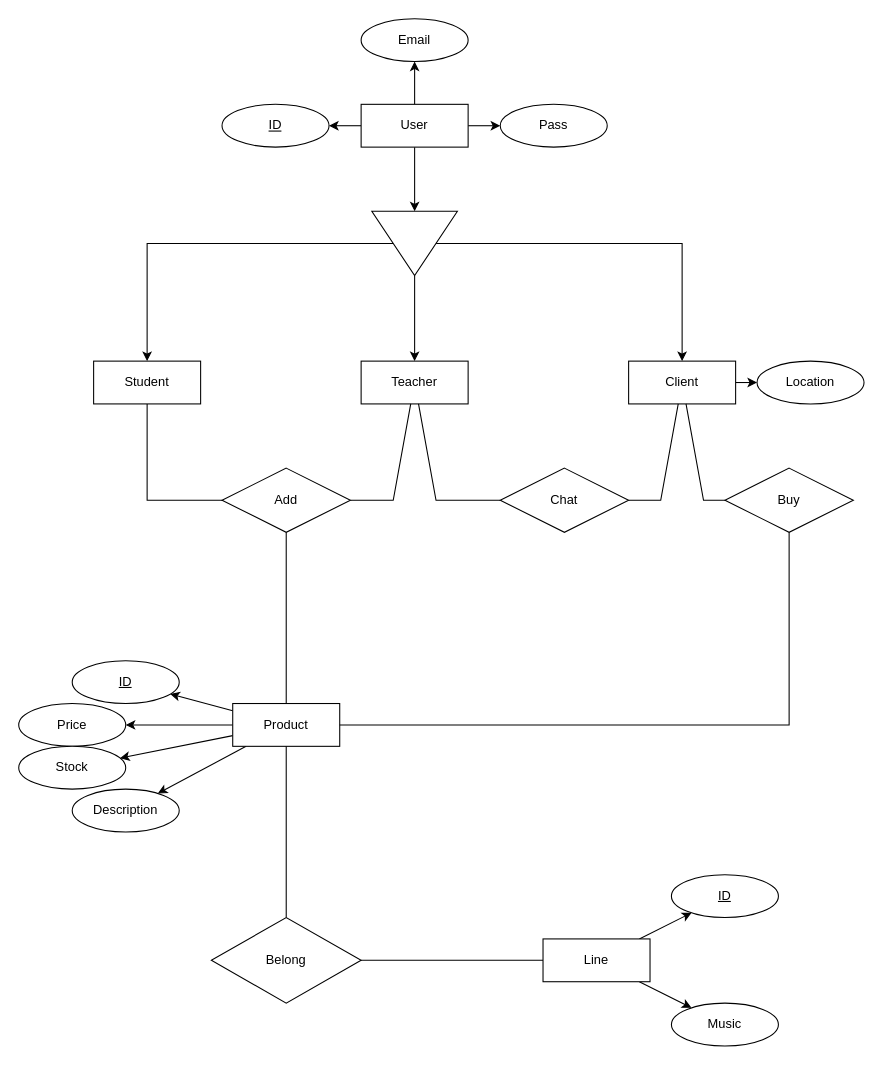
Before: ModeloEntidadRelación.drawio in rebecanoya/PROYECTO-ESTETICA, a draw.io diagram. Source tidied: cells renumbered, new cells numbered last; positions are measured from the earlier drawing's top-left corner, leaving out a move shared by most shapes. Both pictures are drawn from the tidied source at 107%, with x=0, y=0 at pixel (18, 18).
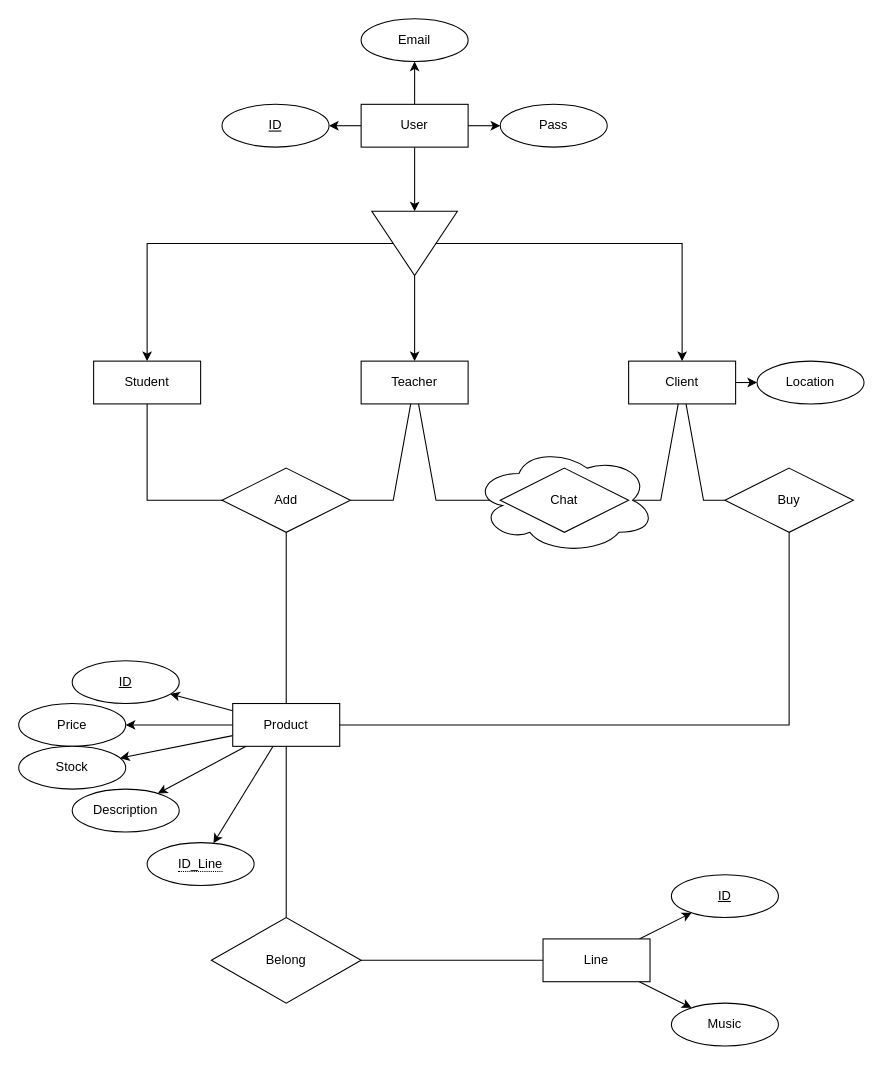
Above is the later version.

Unchanged cells that the change refers to:
```xml
<mxCell id="6" value="Product" style="rounded=1;arcSize=0;whiteSpace=wrap;html=1;align=center;labelBackgroundColor=none;" parent="1" vertex="1">
  <mxGeometry x="200" y="640" width="100" height="40" as="geometry" />
</mxCell>
<mxCell id="23" style="triangle;whiteSpace=wrap;html=1;direction=south;" parent="1" vertex="1">
  <mxGeometry x="330" y="180" width="80" height="60" as="geometry" />
</mxCell>
<mxCell id="26" value="Client" style="whiteSpace=wrap;html=1;align=center;" parent="1" vertex="1">
  <mxGeometry x="570" y="320" width="100" height="40" as="geometry" />
</mxCell>
```

What changed in the source:
```diff
@@
     <mxCell id="22" style="edgeStyle=orthogonalEdgeStyle;rounded=0;jettySize=auto;html=1;" parent="1" edge="1" source="23" target="26">
-      <mxGeometry relative="1" as="geometry" />
+      <mxGeometry relative="1" as="geometry">
+        <Array as="points">
+          <mxPoint x="620" y="210" />
+        </Array>
+      </mxGeometry>
     </mxCell>
@@
-    <mxCell id="43" value="Chat" style="shape=rhombus;perimeter=rhombusPerimeter;whiteSpace=wrap;html=1;align=center;" parent="1" vertex="1">
-      <mxGeometry x="450" y="420" width="120" height="60" as="geometry" />
-    </mxCell>
@@
+    <mxCell id="46" style="rounded=0;jettySize=auto;html=1;" parent="1" edge="1" source="6" target="47">
+      <mxGeometry relative="1" as="geometry" />
+    </mxCell>
+    <mxCell id="47" value="&lt;span style=&quot;border-bottom: 1px dotted&quot;&gt;ID_Line&lt;/span&gt;" style="ellipse;whiteSpace=wrap;html=1;align=center;" parent="1" vertex="1">
+      <mxGeometry x="120" y="770" width="100" height="40" as="geometry" />
+    </mxCell>
+    <mxCell id="48" style="ellipse;shape=cloud;whiteSpace=wrap;html=1;" parent="1" vertex="1">
+      <mxGeometry x="425" y="400" width="170" height="100" as="geometry" />
+    </mxCell>
+    <mxCell id="43" value="Chat" style="shape=rhombus;perimeter=rhombusPerimeter;whiteSpace=wrap;html=1;align=center;" parent="1" vertex="1">
+      <mxGeometry x="450" y="420" width="120" height="60" as="geometry" />
+    </mxCell>
```
